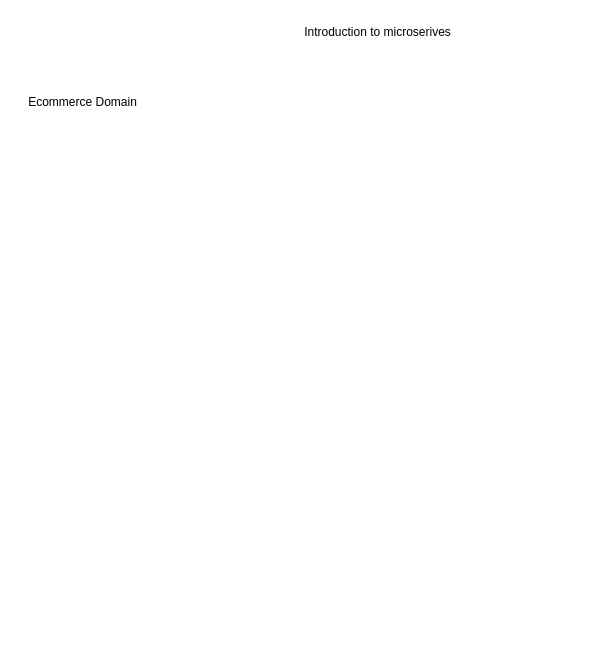
pkamalesh2007/VLMans keeps this draw.io diagram as Untitled Diagram.drawio. Above is the earlier version. Source tidied: cells renumbered, new cells numbered last; positions are measured from the earlier drawing's top-left corner, leaving out a move shared by most shapes. Both pictures are drawn from the tidied source at 100%, with x=0, y=0 at pixel (17, 17).
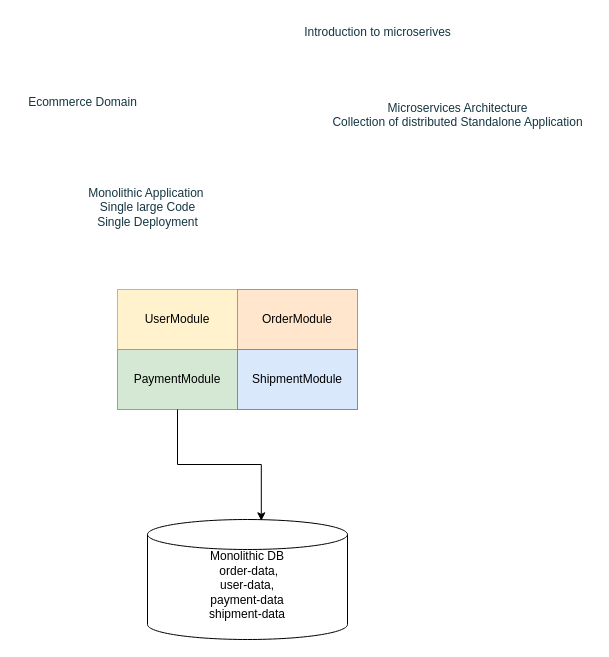
Above is the later version.

Change to the diagram source:
```diff
@@
 <mxGraphModel>
   <root>
     <mxCell id="0" />
     <mxCell id="1" parent="0" />
-    <mxCell id="2" value="Introduction to microserives" style="text;html=1;align=center;verticalAlign=middle;strokeColor=none;fillColor=none;" parent="1" vertex="1">
+    <mxCell id="2" value="Introduction to microserives" style="text;html=1;align=center;verticalAlign=middle;strokeColor=none;fillColor=none;labelBackgroundColor=none;fontColor=#143642;" parent="1" vertex="1">
       <mxGeometry x="275" width="170" height="30" as="geometry" />
     </mxCell>
-    <mxCell id="3" value="Ecommerce Domain&lt;div&gt;&lt;br&gt;&lt;/div&gt;" style="text;html=1;align=center;verticalAlign=middle;strokeColor=none;fillColor=none;" parent="1" vertex="1">
+    <mxCell id="3" value="Ecommerce Domain&lt;div&gt;&lt;br&gt;&lt;/div&gt;" style="text;html=1;align=center;verticalAlign=middle;strokeColor=none;fillColor=none;labelBackgroundColor=none;fontColor=#143642;" parent="1" vertex="1">
       <mxGeometry y="72" width="130" height="40" as="geometry" />
     </mxCell>
+    <mxCell id="4" value="Monolithic Application&amp;nbsp;&lt;div&gt;Single large Code&lt;/div&gt;&lt;div&gt;Single Deployment&lt;/div&gt;&lt;div&gt;&lt;br&gt;&lt;/div&gt;" style="text;html=1;align=center;verticalAlign=middle;strokeColor=none;fillColor=none;labelBackgroundColor=none;fontColor=#143642;" parent="1" vertex="1">
+      <mxGeometry x="60" y="162" width="140" height="70" as="geometry" />
+    </mxCell>
+    <mxCell id="5" value="Microservices Architecture&lt;div&gt;Collection of distributed Standalone Application&lt;/div&gt;&lt;div&gt;&lt;br&gt;&lt;/div&gt;" style="text;html=1;align=center;verticalAlign=middle;strokeColor=none;fillColor=none;labelBackgroundColor=none;fontColor=#143642;" parent="1" vertex="1">
+      <mxGeometry x="305" y="75" width="270" height="60" as="geometry" />
+    </mxCell>
+    <mxCell id="6" value="UserModule" style="rounded=0;whiteSpace=wrap;html=1;fillColor=#fff2cc;strokeColor=#d6b656;" parent="1" vertex="1">
+      <mxGeometry x="100" y="272" width="120" height="60" as="geometry" />
+    </mxCell>
+    <mxCell id="7" value="OrderModule" style="rounded=0;whiteSpace=wrap;html=1;fillColor=#ffe6cc;strokeColor=#d79b00;" parent="1" vertex="1">
+      <mxGeometry x="220" y="272" width="120" height="60" as="geometry" />
+    </mxCell>
+    <mxCell id="8" value="PaymentModule" style="rounded=0;whiteSpace=wrap;html=1;fillColor=#d5e8d4;strokeColor=#82b366;" parent="1" vertex="1">
+      <mxGeometry x="100" y="332" width="120" height="60" as="geometry" />
+    </mxCell>
+    <mxCell id="9" value="ShipmentModule" style="rounded=0;whiteSpace=wrap;html=1;fillColor=#dae8fc;strokeColor=#6c8ebf;" parent="1" vertex="1">
+      <mxGeometry x="220" y="332" width="120" height="60" as="geometry" />
+    </mxCell>
+    <mxCell id="10" value="Monolithic DB&lt;div&gt;&amp;nbsp;order-data,&lt;/div&gt;&lt;div&gt;user-data,&lt;/div&gt;&lt;div&gt;payment-data&lt;/div&gt;&lt;div&gt;shipment-data&lt;/div&gt;&lt;div&gt;&lt;br&gt;&lt;/div&gt;" style="shape=cylinder3;whiteSpace=wrap;html=1;boundedLbl=1;backgroundOutline=1;size=15;" parent="1" vertex="1">
+      <mxGeometry x="130" y="502" width="200" height="120" as="geometry" />
+    </mxCell>
+    <mxCell id="11" style="edgeStyle=orthogonalEdgeStyle;rounded=0;jettySize=auto;html=1;entryX=0.569;entryY=0.011;entryDx=0;entryDy=0;entryPerimeter=0;" parent="1" edge="1" source="8" target="10">
+      <mxGeometry relative="1" as="geometry" />
+    </mxCell>
   </root>
 </mxGraphModel>
```
